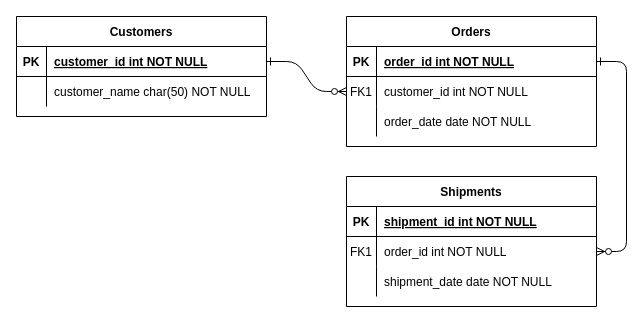
Earlier version of the draw.io diagram Untitled Diagram.drawio (claywrentz/Frisbee-Team-Builder). Source tidied: cells renumbered, new cells numbered last; positions are measured from the earlier drawing's top-left corner, leaving out a move shared by most shapes. Both pictures are drawn from the tidied source at 100%, with x=0, y=0 at pixel (16, 16).
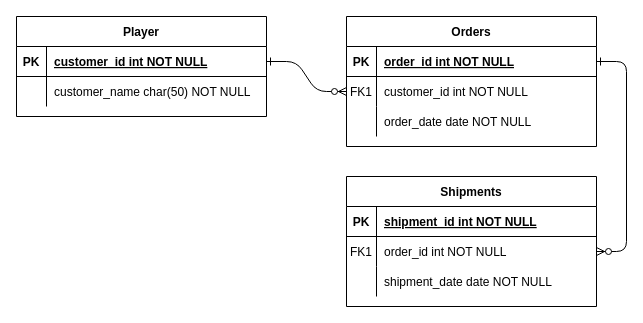
The same page after the edit.

Change to the diagram source:
```diff
@@
-    <mxCell id="24" value="Customers" style="shape=table;startSize=30;childLayout=tableLayout;rowLines=0;fontStyle=1;align=center;" parent="1" vertex="1">
+    <mxCell id="24" value="Player" style="shape=table;startSize=30;childLayout=tableLayout;rowLines=0;fontStyle=1;align=center;" parent="1" vertex="1">
       <mxGeometry width="250" height="100" as="geometry" />
     </mxCell>
```
